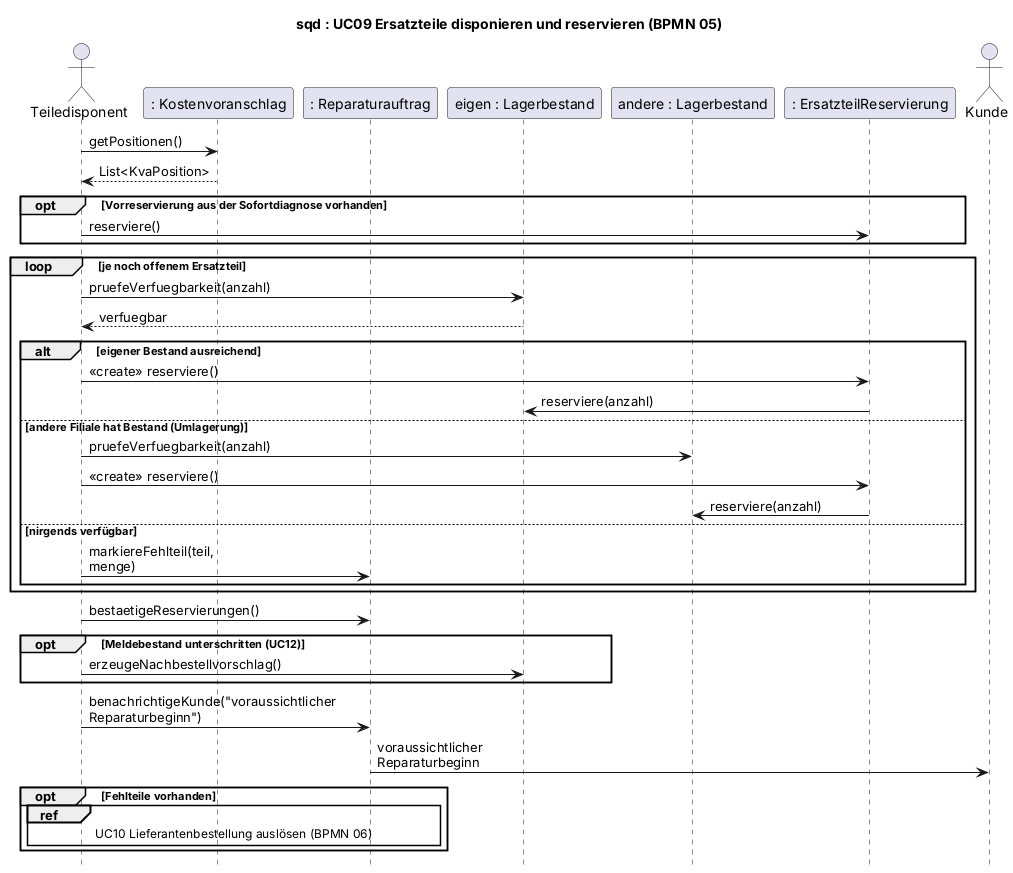
Earlier version of the PlantUML export 2_uml/entwurf-plantuml/sequenz-03-reservierung.png (jakobschwan123-cmd/casestudy-semester-3).
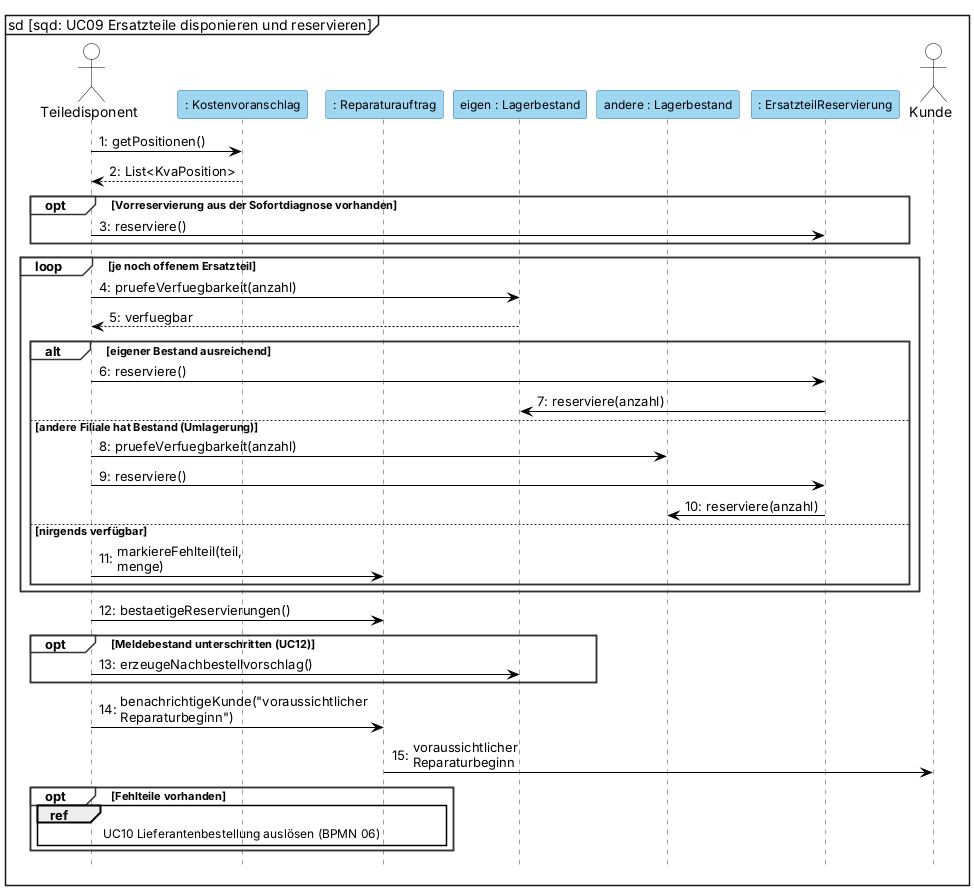
Above is the later version.

The edit, as a diff of the source:
```diff
@@ -1,9 +1,24 @@
 @startuml
-title sqd : UC09 Ersatzteile disponieren und reservieren (BPMN 05)
+mainframe sd [sqd: UC09 Ersatzteile disponieren und reservieren]
 skinparam defaultFontName Arial
 skinparam sequenceMessageAlign left
 skinparam maxMessageSize 170
+skinparam shadowing false
+skinparam sequence {
+  ParticipantBackgroundColor #9FD6F2
+  ParticipantBorderColor #2E6E99
+  ParticipantFontSize 12
+  ActorBackgroundColor white
+  ActorBorderColor black
+  LifeLineBorderColor #444444
+  LifeLineBackgroundColor #9FD6F2
+  GroupBorderColor #333333
+  GroupBackgroundColor white
+  GroupHeaderFontStyle bold
+  ArrowColor black
+}
 hide footbox
+autonumber "0:"
 
 actor Teiledisponent as D
 participant ": Kostenvoranschlag" as KVA
@@ -22,11 +37,11 @@
     D -> LB : pruefeVerfuegbarkeit(anzahl)
     LB --> D : verfuegbar
     alt eigener Bestand ausreichend
-        D -> RES : <<create>> reserviere()
+        D -> RES : reserviere()
         RES -> LB : reserviere(anzahl)
     else andere Filiale hat Bestand (Umlagerung)
         D -> AL : pruefeVerfuegbarkeit(anzahl)
-        D -> RES : <<create>> reserviere()
+        D -> RES : reserviere()
         RES -> AL : reserviere(anzahl)
     else nirgends verfügbar
         D -> RA : markiereFehlteil(teil, menge)
```
